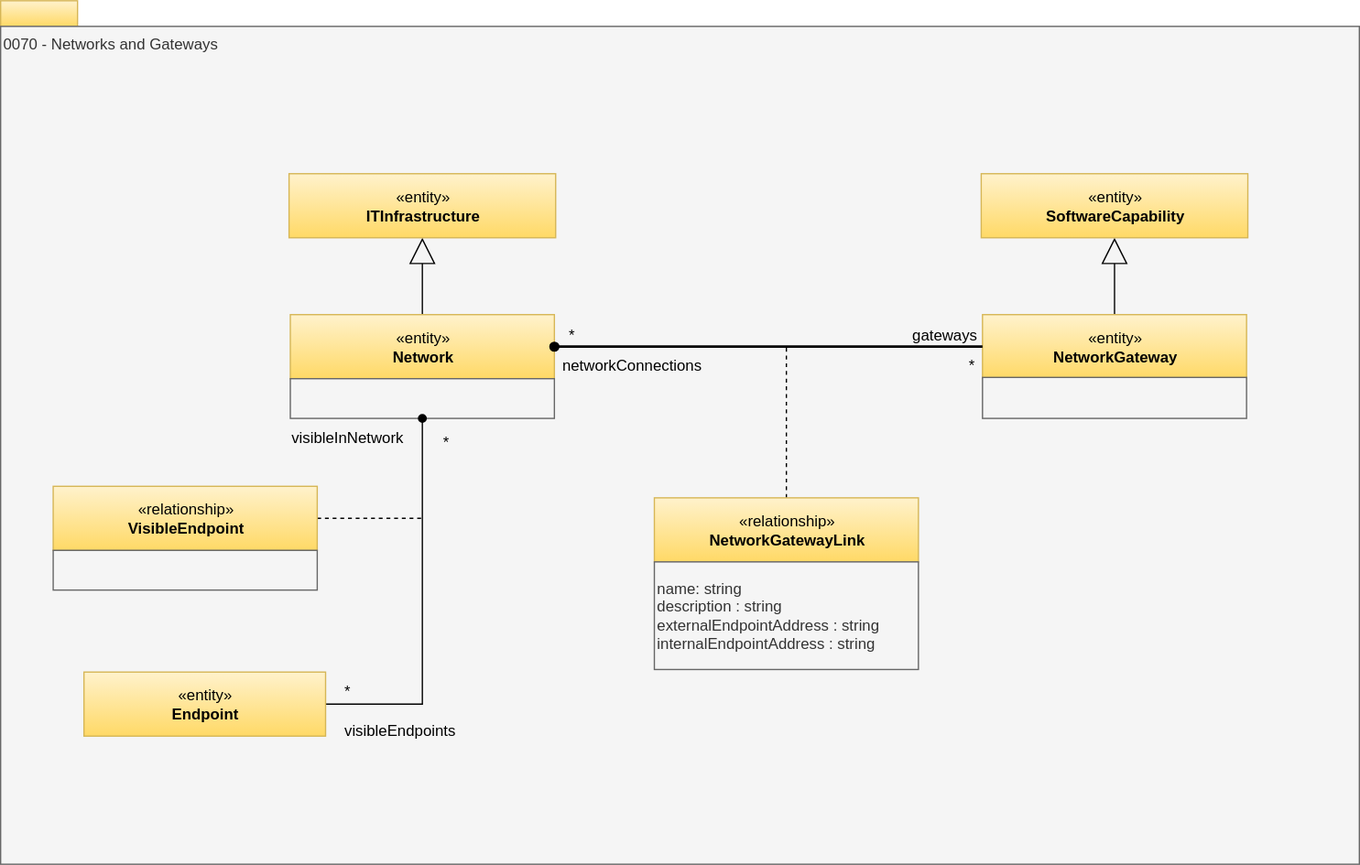
odpi/egeria-docs keeps this draw.io diagram as site/docs/types/0/0070-Networks-and-Gateways.svg. Above is the earlier version. Source tidied: cells renumbered, new cells last; positions are measured from the earlier drawing's top-left corner, leaving out a move shared by most shapes. The source it was exported from:
```xml
<mxGraphModel>
  <root>
    <mxCell id="0" />
    <mxCell id="1" parent="0" />
    <mxCell id="2" style="rounded=0;whiteSpace=wrap;html=1;align=left;fillColor=#fff2cc;strokeColor=#d6b656;gradientColor=#ffd966;" parent="1" vertex="1">
      <mxGeometry width="60" height="20" as="geometry" />
    </mxCell>
    <mxCell id="3" value="0070 - Networks and Gateways" style="rounded=0;whiteSpace=wrap;html=1;align=left;verticalAlign=top;fillColor=#f5f5f5;fontColor=#333333;strokeColor=#666666;" parent="1" vertex="1">
      <mxGeometry y="20" width="1060" height="654" as="geometry" />
    </mxCell>
    <mxCell id="4" style="edgeStyle=orthogonalEdgeStyle;rounded=0;jettySize=auto;html=1;exitX=0.5;exitY=0;exitDx=0;exitDy=0;endArrow=block;endFill=0;strokeWidth=1;endSize=18;" parent="1" edge="1" source="5" target="7">
      <mxGeometry relative="1" as="geometry" />
    </mxCell>
    <mxCell id="5" value="«entity»&lt;br&gt;&lt;b&gt;Network&lt;/b&gt;" style="html=1;strokeColor=#d6b656;align=center;fillColor=#fff2cc;gradientColor=#ffd966;" parent="1" vertex="1">
      <mxGeometry x="226" y="245" width="206" height="50" as="geometry" />
    </mxCell>
    <mxCell id="6" style="rounded=0;whiteSpace=wrap;html=1;strokeColor=#666666;align=center;fillColor=#f5f5f5;fontColor=#333333;" parent="1" vertex="1">
      <mxGeometry x="226" y="295" width="206" height="31" as="geometry" />
    </mxCell>
    <mxCell id="7" value="«entity»&lt;br&gt;&lt;b&gt;ITInfrastructure&lt;/b&gt;" style="html=1;strokeColor=#d6b656;align=center;fillColor=#fff2cc;gradientColor=#ffd966;" parent="1" vertex="1">
      <mxGeometry x="225" y="135" width="208" height="50" as="geometry" />
    </mxCell>
    <mxCell id="8" style="edgeStyle=orthogonalEdgeStyle;rounded=0;html=1;exitX=1;exitY=0.5;endArrow=none;endFill=0;jettySize=auto;dashed=1;exitDx=0;exitDy=0;" parent="1" edge="1" source="9">
      <mxGeometry relative="1" as="geometry">
        <mxPoint x="329" y="404" as="targetPoint" />
      </mxGeometry>
    </mxCell>
    <mxCell id="9" value="«relationship»&lt;br&gt;&lt;b&gt;VisibleEndpoint&lt;/b&gt;" style="html=1;strokeColor=#d6b656;align=center;fillColor=#fff2cc;gradientColor=#ffd966;" parent="1" vertex="1">
      <mxGeometry x="41" y="379" width="206" height="50" as="geometry" />
    </mxCell>
    <mxCell id="10" style="rounded=0;whiteSpace=wrap;html=1;strokeColor=#666666;align=center;fillColor=#f5f5f5;fontColor=#333333;" parent="1" vertex="1">
      <mxGeometry x="41" y="429" width="206" height="31" as="geometry" />
    </mxCell>
    <mxCell id="11" style="edgeStyle=orthogonalEdgeStyle;rounded=0;jettySize=auto;html=1;exitX=0.5;exitY=0;exitDx=0;exitDy=0;endArrow=block;endFill=0;endSize=18;" parent="1" edge="1" source="12" target="14">
      <mxGeometry relative="1" as="geometry" />
    </mxCell>
    <mxCell id="12" value="«entity»&lt;br&gt;&lt;b&gt;NetworkGateway&lt;/b&gt;&lt;br&gt;" style="html=1;strokeColor=#d6b656;align=center;fillColor=#fff2cc;gradientColor=#ffd966;" parent="1" vertex="1">
      <mxGeometry x="766" y="245" width="206" height="50" as="geometry" />
    </mxCell>
    <mxCell id="13" style="rounded=0;whiteSpace=wrap;html=1;strokeColor=#666666;align=center;fillColor=#f5f5f5;fontColor=#333333;" parent="1" vertex="1">
      <mxGeometry x="766" y="294" width="206" height="32" as="geometry" />
    </mxCell>
    <mxCell id="14" value="«entity»&lt;br&gt;&lt;b&gt;SoftwareCapability&lt;/b&gt;" style="html=1;strokeColor=#d6b656;align=center;fillColor=#fff2cc;gradientColor=#ffd966;" parent="1" vertex="1">
      <mxGeometry x="765" y="135" width="208" height="50" as="geometry" />
    </mxCell>
    <mxCell id="15" style="edgeStyle=orthogonalEdgeStyle;rounded=0;html=1;exitX=0.5;exitY=0;dashed=1;endArrow=none;endFill=0;jettySize=auto;" parent="1" edge="1" source="16">
      <mxGeometry relative="1" as="geometry">
        <mxPoint x="613" y="268" as="targetPoint" />
      </mxGeometry>
    </mxCell>
    <mxCell id="16" value="«relationship»&lt;br&gt;&lt;b&gt;NetworkGatewayLink&lt;/b&gt;" style="html=1;strokeColor=#d6b656;align=center;fillColor=#fff2cc;gradientColor=#ffd966;" parent="1" vertex="1">
      <mxGeometry x="510" y="388" width="206" height="50" as="geometry" />
    </mxCell>
    <mxCell id="17" value="name: string&lt;br&gt;description : string&lt;br&gt;externalEndpointAddress : string&lt;br&gt;internalEndpointAddress : string" style="rounded=0;whiteSpace=wrap;html=1;strokeColor=#666666;align=left;fillColor=#f5f5f5;fontColor=#333333;" parent="1" vertex="1">
      <mxGeometry x="510" y="438" width="206" height="84" as="geometry" />
    </mxCell>
    <mxCell id="18" style="edgeStyle=orthogonalEdgeStyle;rounded=0;html=1;exitX=1;exitY=0.5;endArrow=oval;endFill=1;jettySize=auto;" parent="1" edge="1" source="19" target="6">
      <mxGeometry relative="1" as="geometry" />
    </mxCell>
    <mxCell id="19" value="«entity»&lt;br&gt;&lt;b&gt;Endpoint&lt;/b&gt;" style="html=1;strokeColor=#d6b656;align=center;fillColor=#fff2cc;gradientColor=#ffd966;" parent="1" vertex="1">
      <mxGeometry x="65" y="524" width="188.5" height="50" as="geometry" />
    </mxCell>
    <mxCell id="20" value="gateways" style="text;html=1;align=center;verticalAlign=top;spacingTop=-4;" parent="1" vertex="1">
      <mxGeometry x="705" y="251" width="61" height="14" as="geometry" />
    </mxCell>
    <mxCell id="21" value="*" style="text;html=1;align=center;verticalAlign=top;spacingTop=-4;" parent="1" vertex="1">
      <mxGeometry x="262" y="529" width="15" height="14" as="geometry" />
    </mxCell>
    <mxCell id="22" value="*" style="text;html=1;align=center;verticalAlign=top;spacingTop=-4;" parent="1" vertex="1">
      <mxGeometry x="339" y="335" width="15" height="14" as="geometry" />
    </mxCell>
    <mxCell id="23" value="*" style="text;html=1;align=center;verticalAlign=top;spacingTop=-4;" parent="1" vertex="1">
      <mxGeometry x="437" y="251" width="15" height="14" as="geometry" />
    </mxCell>
    <mxCell id="24" value="*" style="text;html=1;align=center;verticalAlign=top;spacingTop=-4;" parent="1" vertex="1">
      <mxGeometry x="749" y="275" width="15" height="14" as="geometry" />
    </mxCell>
    <mxCell id="25" value="networkConnections" style="text;html=1;align=center;verticalAlign=top;spacingTop=-4;" parent="1" vertex="1">
      <mxGeometry x="432" y="275" width="119" height="14" as="geometry" />
    </mxCell>
    <mxCell id="26" value="visibleInNetwork" style="text;html=1;align=center;verticalAlign=top;spacingTop=-4;" parent="1" vertex="1">
      <mxGeometry x="221" y="331" width="97" height="14" as="geometry" />
    </mxCell>
    <mxCell id="27" value="visibleEndpoints" style="text;html=1;align=center;verticalAlign=top;spacingTop=-4;" parent="1" vertex="1">
      <mxGeometry x="262" y="560" width="97" height="14" as="geometry" />
    </mxCell>
    <mxCell id="28" style="edgeStyle=orthogonalEdgeStyle;rounded=0;html=1;exitX=1;exitY=0.5;entryX=0;entryY=0.5;endArrow=none;endFill=0;jettySize=auto;strokeWidth=2;startArrow=oval;startFill=1;" parent="1" edge="1" source="5" target="12">
      <mxGeometry relative="1" as="geometry" />
    </mxCell>
  </root>
</mxGraphModel>
```
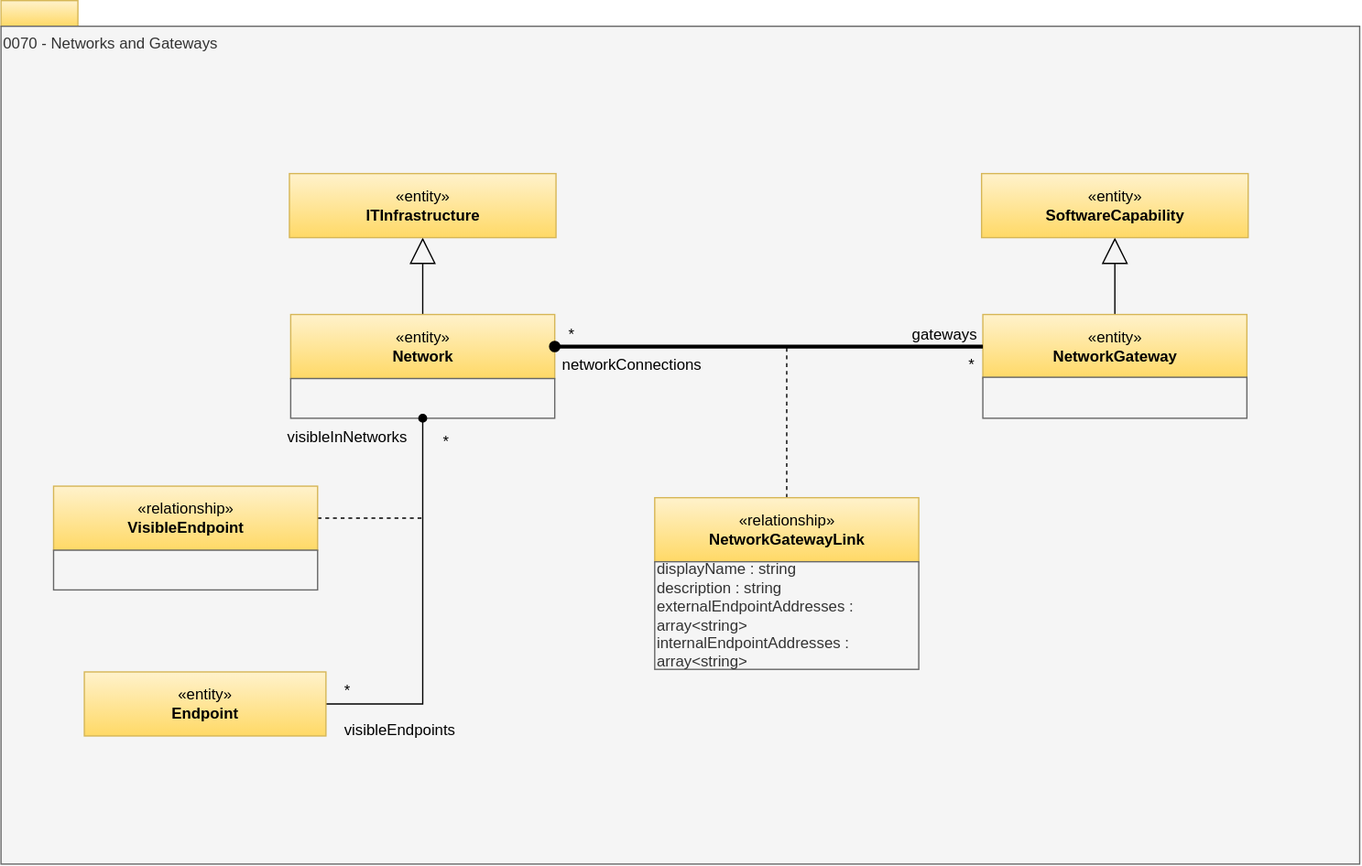
Above is the later version.

The edit, as a diff of the source:
```diff
@@ -1,90 +1,90 @@
 <mxGraphModel>
   <root>
-    <mxCell id="0" />
-    <mxCell id="1" parent="0" />
+    <mxCell id="29" />
+    <mxCell id="30" parent="29" />
-    <mxCell id="2" style="rounded=0;whiteSpace=wrap;html=1;align=left;fillColor=#fff2cc;strokeColor=#d6b656;gradientColor=#ffd966;" parent="1" vertex="1">
+    <mxCell id="2" style="rounded=0;whiteSpace=wrap;html=1;align=left;fillColor=#fff2cc;strokeColor=#d6b656;gradientColor=#ffd966;" parent="30" vertex="1">
       <mxGeometry width="60" height="20" as="geometry" />
     </mxCell>
-    <mxCell id="3" value="0070 - Networks and Gateways" style="rounded=0;whiteSpace=wrap;html=1;align=left;verticalAlign=top;fillColor=#f5f5f5;fontColor=#333333;strokeColor=#666666;" parent="1" vertex="1">
+    <mxCell id="3" value="0070 - Networks and Gateways" style="rounded=0;whiteSpace=wrap;html=1;align=left;verticalAlign=top;fillColor=#f5f5f5;fontColor=#333333;strokeColor=#666666;" parent="30" vertex="1">
       <mxGeometry y="20" width="1060" height="654" as="geometry" />
     </mxCell>
-    <mxCell id="4" style="edgeStyle=orthogonalEdgeStyle;rounded=0;jettySize=auto;html=1;exitX=0.5;exitY=0;exitDx=0;exitDy=0;endArrow=block;endFill=0;strokeWidth=1;endSize=18;" parent="1" edge="1" source="5" target="7">
+    <mxCell id="4" style="edgeStyle=orthogonalEdgeStyle;rounded=0;jettySize=auto;html=1;exitX=0.5;exitY=0;exitDx=0;exitDy=0;endArrow=block;endFill=0;strokeWidth=1;endSize=18;entryX=0.5;entryY=1;entryDx=0;entryDy=0;" parent="30" edge="1" source="5" target="7">
       <mxGeometry relative="1" as="geometry" />
     </mxCell>
-    <mxCell id="5" value="«entity»&lt;br&gt;&lt;b&gt;Network&lt;/b&gt;" style="html=1;strokeColor=#d6b656;align=center;fillColor=#fff2cc;gradientColor=#ffd966;" parent="1" vertex="1">
+    <mxCell id="5" value="«entity»&lt;br&gt;&lt;b&gt;Network&lt;/b&gt;" style="html=1;strokeColor=#d6b656;align=center;fillColor=#fff2cc;gradientColor=#ffd966;" parent="30" vertex="1">
       <mxGeometry x="226" y="245" width="206" height="50" as="geometry" />
     </mxCell>
-    <mxCell id="6" style="rounded=0;whiteSpace=wrap;html=1;strokeColor=#666666;align=center;fillColor=#f5f5f5;fontColor=#333333;" parent="1" vertex="1">
+    <mxCell id="6" style="rounded=0;whiteSpace=wrap;html=1;strokeColor=#666666;align=center;fillColor=#f5f5f5;fontColor=#333333;" parent="30" vertex="1">
       <mxGeometry x="226" y="295" width="206" height="31" as="geometry" />
     </mxCell>
-    <mxCell id="7" value="«entity»&lt;br&gt;&lt;b&gt;ITInfrastructure&lt;/b&gt;" style="html=1;strokeColor=#d6b656;align=center;fillColor=#fff2cc;gradientColor=#ffd966;" parent="1" vertex="1">
+    <mxCell id="7" value="«entity»&lt;br&gt;&lt;b&gt;ITInfrastructure&lt;/b&gt;" style="html=1;strokeColor=#d6b656;align=center;fillColor=#fff2cc;gradientColor=#ffd966;" parent="30" vertex="1">
       <mxGeometry x="225" y="135" width="208" height="50" as="geometry" />
     </mxCell>
-    <mxCell id="8" style="edgeStyle=orthogonalEdgeStyle;rounded=0;html=1;exitX=1;exitY=0.5;endArrow=none;endFill=0;jettySize=auto;dashed=1;exitDx=0;exitDy=0;" parent="1" edge="1" source="9">
-      <mxGeometry relative="1" as="geometry">
-        <mxPoint x="329" y="404" as="targetPoint" />
-      </mxGeometry>
-    </mxCell>
+    <mxCell id="31" style="edgeStyle=orthogonalEdgeStyle;rounded=0;html=1;exitX=1;exitY=0.5;endArrow=none;endFill=0;jettySize=auto;dashed=1;exitDx=0;exitDy=0;" parent="30" edge="1" source="9">
+      <mxGeometry relative="1" as="geometry">
+        <mxPoint x="329" y="404" as="targetPoint" />
+      </mxGeometry>
+    </mxCell>
-    <mxCell id="9" value="«relationship»&lt;br&gt;&lt;b&gt;VisibleEndpoint&lt;/b&gt;" style="html=1;strokeColor=#d6b656;align=center;fillColor=#fff2cc;gradientColor=#ffd966;" parent="1" vertex="1">
+    <mxCell id="9" value="«relationship»&lt;br&gt;&lt;b&gt;VisibleEndpoint&lt;/b&gt;" style="html=1;strokeColor=#d6b656;align=center;fillColor=#fff2cc;gradientColor=#ffd966;" parent="30" vertex="1">
       <mxGeometry x="41" y="379" width="206" height="50" as="geometry" />
     </mxCell>
-    <mxCell id="10" style="rounded=0;whiteSpace=wrap;html=1;strokeColor=#666666;align=center;fillColor=#f5f5f5;fontColor=#333333;" parent="1" vertex="1">
+    <mxCell id="10" style="rounded=0;whiteSpace=wrap;html=1;strokeColor=#666666;align=center;fillColor=#f5f5f5;fontColor=#333333;" parent="30" vertex="1">
       <mxGeometry x="41" y="429" width="206" height="31" as="geometry" />
     </mxCell>
-    <mxCell id="11" style="edgeStyle=orthogonalEdgeStyle;rounded=0;jettySize=auto;html=1;exitX=0.5;exitY=0;exitDx=0;exitDy=0;endArrow=block;endFill=0;endSize=18;" parent="1" edge="1" source="12" target="14">
+    <mxCell id="11" style="edgeStyle=orthogonalEdgeStyle;rounded=0;jettySize=auto;html=1;exitX=0.5;exitY=0;exitDx=0;exitDy=0;endArrow=block;endFill=0;endSize=18;entryX=0.5;entryY=1;entryDx=0;entryDy=0;" parent="30" edge="1" source="12" target="14">
       <mxGeometry relative="1" as="geometry" />
     </mxCell>
-    <mxCell id="12" value="«entity»&lt;br&gt;&lt;b&gt;NetworkGateway&lt;/b&gt;&lt;br&gt;" style="html=1;strokeColor=#d6b656;align=center;fillColor=#fff2cc;gradientColor=#ffd966;" parent="1" vertex="1">
+    <mxCell id="12" value="«entity»&lt;br&gt;&lt;b&gt;NetworkGateway&lt;/b&gt;&lt;br&gt;" style="html=1;strokeColor=#d6b656;align=center;fillColor=#fff2cc;gradientColor=#ffd966;" parent="30" vertex="1">
       <mxGeometry x="766" y="245" width="206" height="50" as="geometry" />
     </mxCell>
-    <mxCell id="13" style="rounded=0;whiteSpace=wrap;html=1;strokeColor=#666666;align=center;fillColor=#f5f5f5;fontColor=#333333;" parent="1" vertex="1">
+    <mxCell id="13" style="rounded=0;whiteSpace=wrap;html=1;strokeColor=#666666;align=center;fillColor=#f5f5f5;fontColor=#333333;" parent="30" vertex="1">
       <mxGeometry x="766" y="294" width="206" height="32" as="geometry" />
     </mxCell>
-    <mxCell id="14" value="«entity»&lt;br&gt;&lt;b&gt;SoftwareCapability&lt;/b&gt;" style="html=1;strokeColor=#d6b656;align=center;fillColor=#fff2cc;gradientColor=#ffd966;" parent="1" vertex="1">
+    <mxCell id="14" value="«entity»&lt;br&gt;&lt;b&gt;SoftwareCapability&lt;/b&gt;" style="html=1;strokeColor=#d6b656;align=center;fillColor=#fff2cc;gradientColor=#ffd966;" parent="30" vertex="1">
       <mxGeometry x="765" y="135" width="208" height="50" as="geometry" />
     </mxCell>
-    <mxCell id="15" style="edgeStyle=orthogonalEdgeStyle;rounded=0;html=1;exitX=0.5;exitY=0;dashed=1;endArrow=none;endFill=0;jettySize=auto;" parent="1" edge="1" source="16">
-      <mxGeometry relative="1" as="geometry">
-        <mxPoint x="613" y="268" as="targetPoint" />
-      </mxGeometry>
-    </mxCell>
+    <mxCell id="32" style="edgeStyle=orthogonalEdgeStyle;rounded=0;html=1;exitX=0.5;exitY=0;dashed=1;endArrow=none;endFill=0;jettySize=auto;" parent="30" edge="1" source="16">
+      <mxGeometry relative="1" as="geometry">
+        <mxPoint x="613" y="268" as="targetPoint" />
+      </mxGeometry>
+    </mxCell>
-    <mxCell id="16" value="«relationship»&lt;br&gt;&lt;b&gt;NetworkGatewayLink&lt;/b&gt;" style="html=1;strokeColor=#d6b656;align=center;fillColor=#fff2cc;gradientColor=#ffd966;" parent="1" vertex="1">
+    <mxCell id="16" value="«relationship»&lt;br&gt;&lt;b&gt;NetworkGatewayLink&lt;/b&gt;" style="html=1;strokeColor=#d6b656;align=center;fillColor=#fff2cc;gradientColor=#ffd966;" parent="30" vertex="1">
       <mxGeometry x="510" y="388" width="206" height="50" as="geometry" />
     </mxCell>
-    <mxCell id="17" value="name: string&lt;br&gt;description : string&lt;br&gt;externalEndpointAddress : string&lt;br&gt;internalEndpointAddress : string" style="rounded=0;whiteSpace=wrap;html=1;strokeColor=#666666;align=left;fillColor=#f5f5f5;fontColor=#333333;" parent="1" vertex="1">
-      <mxGeometry x="510" y="438" width="206" height="84" as="geometry" />
-    </mxCell>
+    <mxCell id="33" value="displayName : string&lt;br&gt;description : string&lt;br&gt;externalEndpointAddresses : array&amp;lt;string&amp;gt;&lt;br&gt;internalEndpointAddresses : array&amp;lt;string&amp;gt;" style="rounded=0;whiteSpace=wrap;html=1;strokeColor=#666666;align=left;fillColor=#f5f5f5;fontColor=#333333;" parent="30" vertex="1">
+      <mxGeometry x="510" y="438" width="206" height="84" as="geometry" />
+    </mxCell>
-    <mxCell id="18" style="edgeStyle=orthogonalEdgeStyle;rounded=0;html=1;exitX=1;exitY=0.5;endArrow=oval;endFill=1;jettySize=auto;" parent="1" edge="1" source="19" target="6">
+    <mxCell id="18" style="edgeStyle=orthogonalEdgeStyle;rounded=0;html=1;exitX=1;exitY=0.5;endArrow=oval;endFill=1;jettySize=auto;entryX=0.5;entryY=1;entryDx=0;entryDy=0;" parent="30" edge="1" source="19" target="6">
       <mxGeometry relative="1" as="geometry" />
     </mxCell>
-    <mxCell id="19" value="«entity»&lt;br&gt;&lt;b&gt;Endpoint&lt;/b&gt;" style="html=1;strokeColor=#d6b656;align=center;fillColor=#fff2cc;gradientColor=#ffd966;" parent="1" vertex="1">
+    <mxCell id="19" value="«entity»&lt;br&gt;&lt;b&gt;Endpoint&lt;/b&gt;" style="html=1;strokeColor=#d6b656;align=center;fillColor=#fff2cc;gradientColor=#ffd966;" parent="30" vertex="1">
       <mxGeometry x="65" y="524" width="188.5" height="50" as="geometry" />
     </mxCell>
-    <mxCell id="20" value="gateways" style="text;html=1;align=center;verticalAlign=top;spacingTop=-4;" parent="1" vertex="1">
+    <mxCell id="20" value="gateways" style="text;html=1;align=center;verticalAlign=top;spacingTop=-4;" parent="30" vertex="1">
       <mxGeometry x="705" y="251" width="61" height="14" as="geometry" />
     </mxCell>
-    <mxCell id="21" value="*" style="text;html=1;align=center;verticalAlign=top;spacingTop=-4;" parent="1" vertex="1">
+    <mxCell id="21" value="*" style="text;html=1;align=center;verticalAlign=top;spacingTop=-4;" parent="30" vertex="1">
       <mxGeometry x="262" y="529" width="15" height="14" as="geometry" />
     </mxCell>
-    <mxCell id="22" value="*" style="text;html=1;align=center;verticalAlign=top;spacingTop=-4;" parent="1" vertex="1">
+    <mxCell id="22" value="*" style="text;html=1;align=center;verticalAlign=top;spacingTop=-4;" parent="30" vertex="1">
       <mxGeometry x="339" y="335" width="15" height="14" as="geometry" />
     </mxCell>
-    <mxCell id="23" value="*" style="text;html=1;align=center;verticalAlign=top;spacingTop=-4;" parent="1" vertex="1">
+    <mxCell id="23" value="*" style="text;html=1;align=center;verticalAlign=top;spacingTop=-4;" parent="30" vertex="1">
       <mxGeometry x="437" y="251" width="15" height="14" as="geometry" />
     </mxCell>
-    <mxCell id="24" value="*" style="text;html=1;align=center;verticalAlign=top;spacingTop=-4;" parent="1" vertex="1">
+    <mxCell id="24" value="*" style="text;html=1;align=center;verticalAlign=top;spacingTop=-4;" parent="30" vertex="1">
       <mxGeometry x="749" y="275" width="15" height="14" as="geometry" />
     </mxCell>
-    <mxCell id="25" value="networkConnections" style="text;html=1;align=center;verticalAlign=top;spacingTop=-4;" parent="1" vertex="1">
+    <mxCell id="25" value="networkConnections" style="text;html=1;align=center;verticalAlign=top;spacingTop=-4;" parent="30" vertex="1">
       <mxGeometry x="432" y="275" width="119" height="14" as="geometry" />
     </mxCell>
-    <mxCell id="26" value="visibleInNetwork" style="text;html=1;align=center;verticalAlign=top;spacingTop=-4;" parent="1" vertex="1">
-      <mxGeometry x="221" y="331" width="97" height="14" as="geometry" />
-    </mxCell>
+    <mxCell id="34" value="visibleInNetworks" style="text;html=1;align=center;verticalAlign=top;spacingTop=-4;" parent="30" vertex="1">
+      <mxGeometry x="221" y="331" width="97" height="14" as="geometry" />
+    </mxCell>
-    <mxCell id="27" value="visibleEndpoints" style="text;html=1;align=center;verticalAlign=top;spacingTop=-4;" parent="1" vertex="1">
+    <mxCell id="27" value="visibleEndpoints" style="text;html=1;align=center;verticalAlign=top;spacingTop=-4;" parent="30" vertex="1">
       <mxGeometry x="262" y="560" width="97" height="14" as="geometry" />
     </mxCell>
-    <mxCell id="28" style="edgeStyle=orthogonalEdgeStyle;rounded=0;html=1;exitX=1;exitY=0.5;entryX=0;entryY=0.5;endArrow=none;endFill=0;jettySize=auto;strokeWidth=2;startArrow=oval;startFill=1;" parent="1" edge="1" source="5" target="12">
+    <mxCell id="28" style="edgeStyle=orthogonalEdgeStyle;rounded=0;html=1;exitX=1;exitY=0.5;entryX=0;entryY=0.5;endArrow=none;endFill=0;jettySize=auto;strokeWidth=3;startArrow=oval;startFill=1;" parent="30" edge="1" source="5" target="12">
       <mxGeometry relative="1" as="geometry" />
     </mxCell>
   </root>
```
